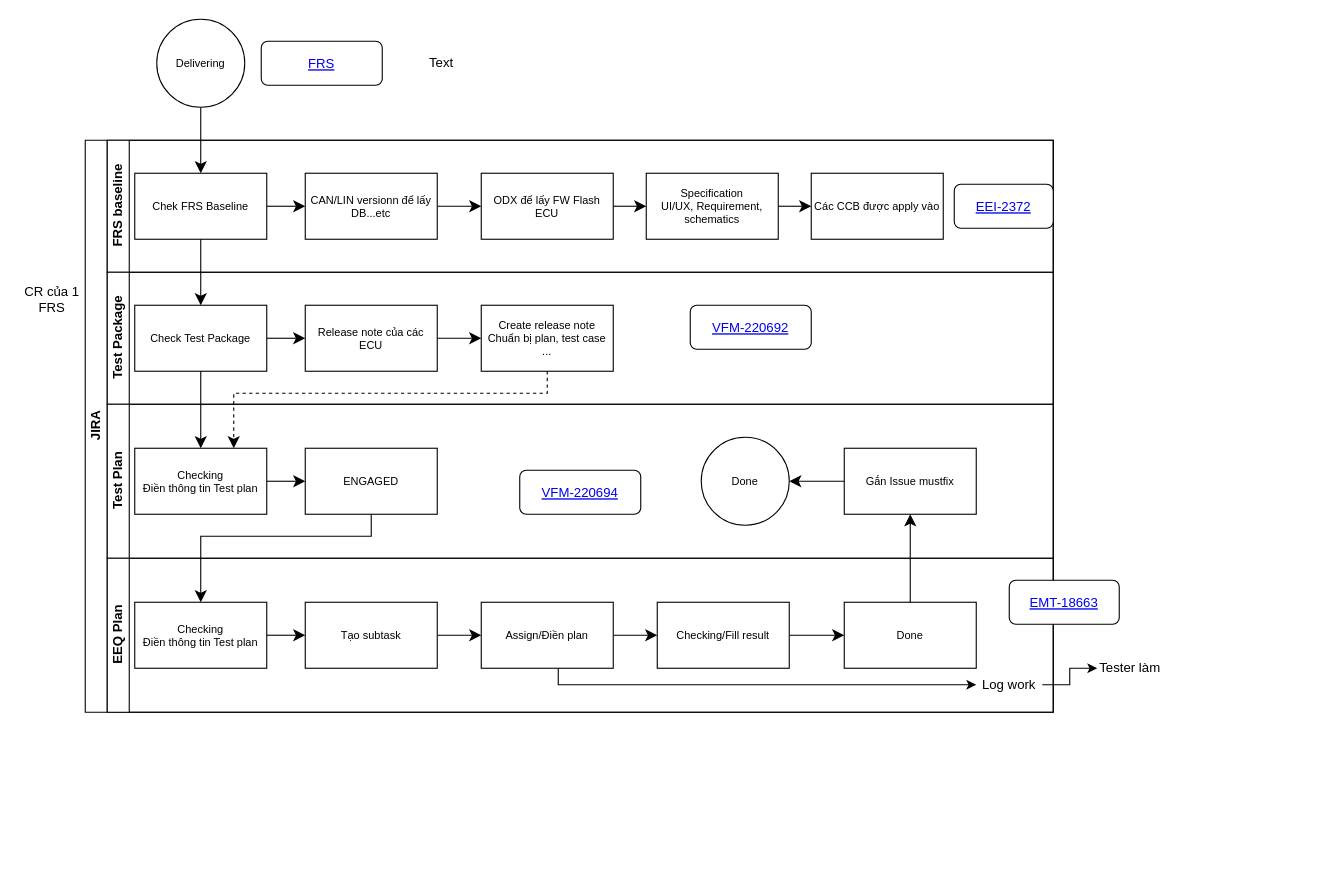
Above: Biểu đồ không có tiêu đề.drawio in athanhoang/viindoo_accademy (draw.io), before the change. Source tidied: cells renumbered, new cells numbered last; positions are measured from the earlier drawing's top-left corner, leaving out a move shared by most shapes. Both pictures are drawn from the tidied source at 110%, with x=0, y=0 at pixel (19, 19).
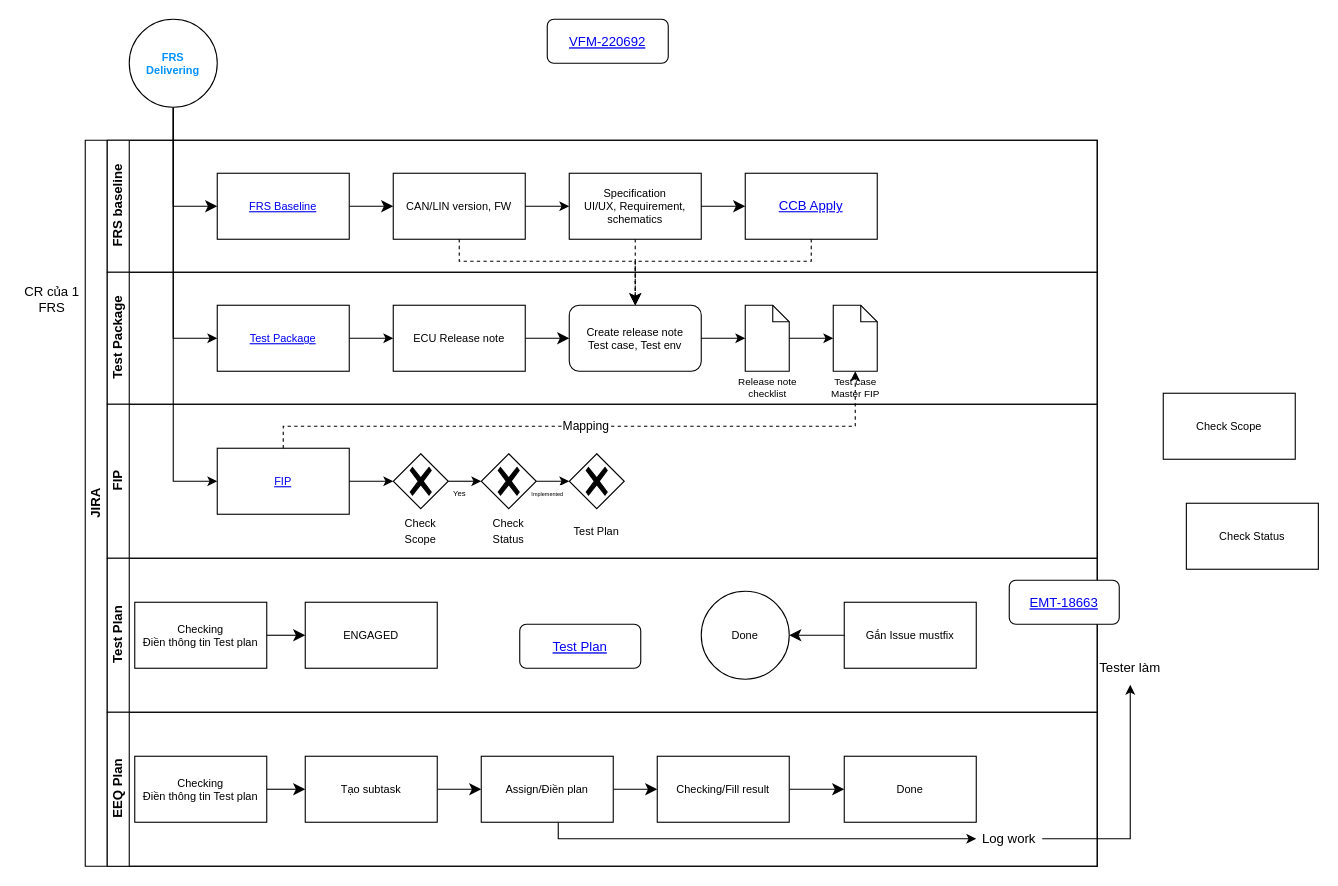
After the change.

Commit message (it also covers changes not shown here):
Cập nhật Biểu đồ không có tiêu đề.drawio

Unchanged cells that the change refers to:
```xml
<mxCell id="24" value="&lt;div&gt;Checking&lt;/div&gt;Điền thông tin Test plan" style="whiteSpace=wrap;html=1;fontSize=10;" parent="22" vertex="1">
  <mxGeometry x="25" y="40" width="120" height="60" as="geometry" />
</mxCell>
<mxCell id="25" value="ENGAGED" style="whiteSpace=wrap;html=1;fontSize=10;" parent="22" vertex="1">
  <mxGeometry x="180" y="40" width="120" height="60" as="geometry" />
</mxCell>
<mxCell id="26" value="Gắn Issue mustfix" style="whiteSpace=wrap;html=1;fontSize=10;" parent="22" vertex="1">
  <mxGeometry x="670" y="40" width="120" height="60" as="geometry" />
</mxCell>
<mxCell id="32" value="&lt;div&gt;Checking&lt;/div&gt;Điền thông tin Test plan" style="whiteSpace=wrap;html=1;fontSize=10;" parent="30" vertex="1">
  <mxGeometry x="25" y="40" width="120" height="60" as="geometry" />
</mxCell>
<mxCell id="40" value="Done" style="whiteSpace=wrap;html=1;fontSize=10;" parent="30" vertex="1">
  <mxGeometry x="670" y="40" width="120" height="60" as="geometry" />
</mxCell>
```

Diff of the diagram source:
```diff
@@
-    <mxCell id="2" value="JIRA" style="swimlane;html=1;horizontal=0;startSize=20;" parent="1" vertex="1">
-      <mxGeometry x="60" y="110" width="880" height="520" as="geometry" />
+    <mxCell id="2" value="JIRA" style="swimlane;html=1;horizontal=0;startSize=20;whiteSpace=wrap;" parent="1" vertex="1">
+      <mxGeometry x="60" y="110" width="920" height="660" as="geometry" />
     </mxCell>
     <mxCell id="3" value="FRS baseline" style="swimlane;html=1;startSize=20;horizontal=0;" parent="2" vertex="1">
-      <mxGeometry x="20" width="860" height="120" as="geometry" />
+      <mxGeometry x="20" width="900" height="120" as="geometry" />
     </mxCell>
@@
-    <mxCell id="5" value="&lt;span style=&quot;font-size: 10px;&quot;&gt;Chek FRS Baseline&lt;/span&gt;" style="whiteSpace=wrap;html=1;fontSize=10;" parent="3" vertex="1">
-      <mxGeometry x="25" y="30" width="120" height="60" as="geometry" />
+    <mxCell id="5" value="&lt;span style=&quot;font-size: 10px;&quot;&gt;FRS Baseline&lt;/span&gt;" style="whiteSpace=wrap;html=1;fontSize=12;rounded=0;strokeColor=default;align=center;verticalAlign=middle;spacing=10;fontFamily=Helvetica;fontColor=#0000EE;fontStyle=4;fillColor=default;" parent="3" vertex="1">
+      <mxGeometry x="100" y="30" width="120" height="60" as="geometry" />
     </mxCell>
-    <mxCell id="6" style="edgeStyle=none;curved=1;rounded=0;jettySize=auto;html=1;fontSize=12;startSize=8;endSize=8;" parent="3" edge="1" source="7" target="8">
-      <mxGeometry relative="1" as="geometry" />
+    <mxCell id="6" style="edgeStyle=none;curved=1;rounded=0;jettySize=auto;html=1;fontSize=12;startSize=8;endSize=8;" parent="3" edge="1" source="7">
+      <mxGeometry relative="1" as="geometry">
+        <mxPoint x="340" y="60" as="targetPoint" />
+      </mxGeometry>
     </mxCell>
+    <mxCell id="54" style="edgeStyle=orthogonalEdgeStyle;rounded=0;jettySize=auto;html=1;entryX=0;entryY=0.5;entryDx=0;entryDy=0;" parent="3" edge="1" source="7" target="9">
+      <mxGeometry relative="1" as="geometry" />
+    </mxCell>
-    <mxCell id="7" value="&lt;span style=&quot;font-size: 10px;&quot;&gt;CAN/LIN versionn để lấy DB...etc&lt;/span&gt;" style="whiteSpace=wrap;html=1;fontSize=10;" parent="3" vertex="1">
-      <mxGeometry x="180" y="30" width="120" height="60" as="geometry" />
+    <mxCell id="7" value="&lt;span style=&quot;font-size: 10px;&quot;&gt;CAN/LIN version, FW&lt;/span&gt;" style="whiteSpace=wrap;html=1;fontSize=10;" parent="3" vertex="1">
+      <mxGeometry x="260" y="30" width="120" height="60" as="geometry" />
     </mxCell>
-    <mxCell id="8" value="&lt;font style=&quot;font-size: 10px;&quot;&gt;ODX để lấy FW Flash ECU&lt;/font&gt;" style="whiteSpace=wrap;html=1;fontSize=10;" parent="3" vertex="1">
-      <mxGeometry x="340" y="30" width="120" height="60" as="geometry" />
-    </mxCell>
+    <mxCell id="55" style="edgeStyle=orthogonalEdgeStyle;rounded=0;jettySize=auto;html=1;dashed=1;strokeColor=default;align=center;verticalAlign=middle;fontFamily=Helvetica;fontSize=12;fontColor=default;labelBackgroundColor=default;startSize=8;endArrow=classic;endSize=8;" parent="3" edge="1" source="9">
+      <mxGeometry relative="1" as="geometry">
+        <mxPoint x="480" y="150" as="targetPoint" />
+      </mxGeometry>
+    </mxCell>
     <mxCell id="9" value="Specification&lt;div&gt;UI/UX, Requirement, schematics&lt;/div&gt;" style="whiteSpace=wrap;html=1;fontSize=10;" parent="3" vertex="1">
-      <mxGeometry x="490" y="30" width="120" height="60" as="geometry" />
+      <mxGeometry x="420" y="30" width="120" height="60" as="geometry" />
     </mxCell>
-    <mxCell id="10" style="edgeStyle=none;curved=1;rounded=0;jettySize=auto;html=1;fontSize=12;startSize=8;endSize=8;" parent="3" edge="1" source="8" target="9">
-      <mxGeometry relative="1" as="geometry" />
-    </mxCell>
-    <mxCell id="11" value="EEI-2372" style="fontColor=#0000EE;fontStyle=4;rounded=1;overflow=hidden;spacing=10;" parent="3" vertex="1">
-      <mxGeometry x="770" y="40" width="90" height="40" as="geometry" />
-    </mxCell>
+    <mxCell id="46" value="CCB Apply" style="whiteSpace=wrap;html=1;fontSize=12;rounded=0;strokeColor=default;align=center;verticalAlign=middle;spacing=10;fontFamily=Helvetica;fontColor=#0000EE;fontStyle=4;fillColor=default;" parent="3" vertex="1">
+      <mxGeometry x="580" y="30" width="120" height="60" as="geometry" />
+    </mxCell>
+    <mxCell id="47" style="edgeStyle=none;curved=1;rounded=0;jettySize=auto;html=1;fontSize=12;startSize=8;endSize=8;" parent="3" edge="1" source="9" target="46">
+      <mxGeometry relative="1" as="geometry" />
+    </mxCell>
     <mxCell id="12" value="Test Package" style="swimlane;html=1;startSize=20;horizontal=0;" parent="2" vertex="1">
-      <mxGeometry x="20" y="120" width="860" height="120" as="geometry" />
+      <mxGeometry x="20" y="120" width="900" height="120" as="geometry" />
     </mxCell>
-    <mxCell id="13" style="edgeStyle=none;curved=1;rounded=0;jettySize=auto;html=1;fontSize=12;startSize=8;endSize=8;" parent="12" edge="1" source="14" target="16">
-      <mxGeometry relative="1" as="geometry" />
-    </mxCell>
-    <mxCell id="14" value="&lt;span style=&quot;font-size: 10px;&quot;&gt;Check Test Package&lt;/span&gt;" style="whiteSpace=wrap;html=1;fontSize=10;" parent="12" vertex="1">
-      <mxGeometry x="25" y="30" width="120" height="60" as="geometry" />
-    </mxCell>
@@
-    <mxCell id="16" value="&lt;span style=&quot;font-size: 10px;&quot;&gt;Release note của các ECU&lt;/span&gt;" style="whiteSpace=wrap;html=1;fontSize=10;" parent="12" vertex="1">
-      <mxGeometry x="180" y="30" width="120" height="60" as="geometry" />
+    <mxCell id="16" value="&lt;span style=&quot;font-size: 10px;&quot;&gt;ECU&amp;nbsp;&lt;/span&gt;Release note" style="whiteSpace=wrap;html=1;fontSize=10;" parent="12" vertex="1">
+      <mxGeometry x="260" y="30" width="120" height="60" as="geometry" />
     </mxCell>
-    <mxCell id="17" value="Create release note&lt;div&gt;Chuẩn bị plan, test case ...&lt;/div&gt;" style="whiteSpace=wrap;html=1;fontSize=10;" parent="12" vertex="1">
-      <mxGeometry x="340" y="30" width="120" height="60" as="geometry" />
+    <mxCell id="17" value="Create release note&lt;div&gt;Test case, Test env&lt;/div&gt;" style="whiteSpace=wrap;html=1;fontSize=10;rounded=1;" parent="12" vertex="1">
+      <mxGeometry x="420" y="30" width="120" height="60" as="geometry" />
     </mxCell>
-    <mxCell id="18" value="VFM-220692" style="fontColor=#0000EE;fontStyle=4;rounded=1;overflow=hidden;spacing=10;" parent="12" vertex="1">
-      <mxGeometry x="530" y="30" width="110" height="40" as="geometry" />
-    </mxCell>
-    <mxCell id="19" style="edgeStyle=none;curved=1;rounded=0;jettySize=auto;html=1;fontSize=12;startSize=8;endSize=8;" parent="2" edge="1" source="5" target="14">
-      <mxGeometry relative="1" as="geometry" />
-    </mxCell>
-    <mxCell id="20" style="edgeStyle=none;curved=1;rounded=0;jettySize=auto;html=1;fontSize=12;startSize=8;endSize=8;" parent="2" edge="1" source="14" target="24">
-      <mxGeometry relative="1" as="geometry" />
-    </mxCell>
-    <mxCell id="21" style="endArrow=classic;html=1;rounded=0;fontSize=12;startSize=8;endSize=8;entryX=0.75;entryY=0;entryDx=0;entryDy=0;exitX=0.5;exitY=1;exitDx=0;exitDy=0;edgeStyle=orthogonalEdgeStyle;dashed=1;" parent="2" edge="1" source="17" target="24">
-      <mxGeometry relative="1" as="geometry">
-        <Array as="points">
-          <mxPoint x="420" y="230" />
-          <mxPoint x="135" y="230" />
-        </Array>
-      </mxGeometry>
-    </mxCell>
+    <mxCell id="56" style="edgeStyle=orthogonalEdgeStyle;rounded=0;jettySize=auto;html=1;entryX=0;entryY=0.5;entryDx=0;entryDy=0;" parent="12" edge="1" source="57" target="16">
+      <mxGeometry relative="1" as="geometry" />
+    </mxCell>
+    <mxCell id="57" value="&lt;span style=&quot;font-size: 10px;&quot;&gt;Test Package&lt;/span&gt;" style="whiteSpace=wrap;html=1;fontSize=12;rounded=0;strokeColor=default;align=center;verticalAlign=middle;spacing=10;fontFamily=Helvetica;fontColor=#0000EE;fontStyle=4;fillColor=default;" parent="12" vertex="1">
+      <mxGeometry x="100" y="30" width="120" height="60" as="geometry" />
+    </mxCell>
+    <mxCell id="58" style="shape=mxgraph.bpmn.data;labelPosition=center;verticalLabelPosition=bottom;align=center;verticalAlign=top;size=15;html=1;" parent="12" vertex="1">
+      <mxGeometry x="580" y="30" width="40" height="60" as="geometry" />
+    </mxCell>
+    <mxCell id="59" style="edgeStyle=orthogonalEdgeStyle;rounded=0;jettySize=auto;html=1;entryX=0;entryY=0.5;entryDx=0;entryDy=0;entryPerimeter=0;" parent="12" edge="1" source="17" target="58">
+      <mxGeometry relative="1" as="geometry" />
+    </mxCell>
+    <mxCell id="60" value="Release note&lt;div&gt;checklist&lt;/div&gt;" style="text;html=1;align=center;verticalAlign=middle;whiteSpace=wrap;rounded=0;fontSize=9;" parent="12" vertex="1">
+      <mxGeometry x="567.5" y="90" width="65" height="30" as="geometry" />
+    </mxCell>
+    <mxCell id="61" style="shape=mxgraph.bpmn.data;labelPosition=center;verticalLabelPosition=bottom;align=center;verticalAlign=top;size=15;html=1;" parent="12" vertex="1">
+      <mxGeometry x="660" y="30" width="40" height="60" as="geometry" />
+    </mxCell>
+    <mxCell id="62" value="Test case&lt;div&gt;Master FIP&lt;/div&gt;" style="text;html=1;align=center;verticalAlign=middle;whiteSpace=wrap;rounded=0;fontSize=9;" parent="12" vertex="1">
+      <mxGeometry x="647.5" y="90" width="65" height="30" as="geometry" />
+    </mxCell>
+    <mxCell id="63" style="edgeStyle=orthogonalEdgeStyle;rounded=0;jettySize=auto;html=1;entryX=0;entryY=0.5;entryDx=0;entryDy=0;entryPerimeter=0;" parent="12" edge="1" source="58" target="61">
+      <mxGeometry relative="1" as="geometry" />
+    </mxCell>
+    <mxCell id="64" value="FIP" style="swimlane;html=1;startSize=20;horizontal=0;" parent="2" vertex="1">
+      <mxGeometry x="20" y="240" width="900" height="140" as="geometry" />
+    </mxCell>
+    <mxCell id="65" style="edgeStyle=none;curved=1;rounded=0;orthogonalLoop=1;jettySize=auto;html=1;fontSize=12;startSize=8;endSize=8;" parent="64" edge="1">
+      <mxGeometry relative="1" as="geometry">
+        <mxPoint x="180" y="70" as="targetPoint" />
+      </mxGeometry>
+    </mxCell>
+    <mxCell id="66" style="edgeStyle=none;curved=1;rounded=0;orthogonalLoop=1;jettySize=auto;html=1;fontSize=12;startSize=8;endSize=8;" parent="64" edge="1">
+      <mxGeometry relative="1" as="geometry">
+        <mxPoint x="340" y="70" as="targetPoint" />
+      </mxGeometry>
+    </mxCell>
+    <mxCell id="67" style="edgeStyle=none;curved=1;rounded=0;orthogonalLoop=1;jettySize=auto;html=1;fontSize=12;startSize=8;endSize=8;" parent="64" edge="1">
+      <mxGeometry relative="1" as="geometry">
+        <mxPoint x="500" y="70" as="targetPoint" />
+      </mxGeometry>
+    </mxCell>
+    <mxCell id="68" style="edgeStyle=none;curved=1;rounded=0;orthogonalLoop=1;jettySize=auto;html=1;fontSize=12;startSize=8;endSize=8;" parent="64" edge="1">
+      <mxGeometry relative="1" as="geometry">
+        <mxPoint x="670" y="70" as="targetPoint" />
+      </mxGeometry>
+    </mxCell>
+    <mxCell id="69" value="&lt;span style=&quot;font-size: 10px;&quot;&gt;FIP&lt;/span&gt;" style="whiteSpace=wrap;html=1;fontSize=12;rounded=0;strokeColor=default;align=center;verticalAlign=middle;spacing=10;fontFamily=Helvetica;fontColor=#0000EE;fontStyle=4;fillColor=default;" parent="64" vertex="1">
+      <mxGeometry x="100" y="40" width="120" height="60" as="geometry" />
+    </mxCell>
+    <mxCell id="70" value="&lt;font style=&quot;font-size: 7px;&quot;&gt;Yes&lt;/font&gt;" style="edgeStyle=orthogonalEdgeStyle;rounded=0;jettySize=auto;html=1;" parent="64" edge="1" source="71">
+      <mxGeometry x="-0.34" y="-10" relative="1" as="geometry">
+        <mxPoint x="340" y="70" as="targetPoint" />
+      </mxGeometry>
+    </mxCell>
+    <mxCell id="71" style="points=[[0.25,0.25,0],[0.5,0,0],[0.75,0.25,0],[1,0.5,0],[0.75,0.75,0],[0.5,1,0],[0.25,0.75,0],[0,0.5,0]];shape=mxgraph.bpmn.gateway2;html=1;verticalLabelPosition=bottom;labelBackgroundColor=#ffffff;verticalAlign=top;align=center;perimeter=rhombusPerimeter;outlineConnect=0;outline=none;symbol=none;gwType=exclusive;" parent="64" vertex="1">
+      <mxGeometry x="260" y="45" width="50" height="50" as="geometry" />
+    </mxCell>
+    <mxCell id="72" value="&lt;span style=&quot;font-size: 10px;&quot;&gt;Check Scope&lt;/span&gt;" style="text;html=1;align=center;verticalAlign=middle;whiteSpace=wrap;rounded=0;" parent="64" vertex="1">
+      <mxGeometry x="255" y="100" width="60" height="30" as="geometry" />
+    </mxCell>
+    <mxCell id="73" style="edgeStyle=orthogonalEdgeStyle;rounded=0;jettySize=auto;html=1;entryX=0;entryY=0.5;entryDx=0;entryDy=0;entryPerimeter=0;" parent="64" edge="1" source="69" target="71">
+      <mxGeometry relative="1" as="geometry" />
+    </mxCell>
+    <mxCell id="74" value="&lt;font style=&quot;font-size: 5px;&quot;&gt;Implemented&lt;/font&gt;" style="edgeStyle=orthogonalEdgeStyle;rounded=0;jettySize=auto;html=1;" parent="64" edge="1" source="75" target="77">
+      <mxGeometry x="0.2" y="-10" relative="1" as="geometry" />
+    </mxCell>
+    <mxCell id="75" style="points=[[0.25,0.25,0],[0.5,0,0],[0.75,0.25,0],[1,0.5,0],[0.75,0.75,0],[0.5,1,0],[0.25,0.75,0],[0,0.5,0]];shape=mxgraph.bpmn.gateway2;html=1;verticalLabelPosition=bottom;labelBackgroundColor=#ffffff;verticalAlign=top;align=center;perimeter=rhombusPerimeter;outlineConnect=0;outline=none;symbol=none;gwType=exclusive;" parent="64" vertex="1">
+      <mxGeometry x="340" y="45" width="50" height="50" as="geometry" />
+    </mxCell>
+    <mxCell id="76" value="&lt;span style=&quot;font-size: 10px;&quot;&gt;Check Status&lt;/span&gt;" style="text;html=1;align=center;verticalAlign=middle;whiteSpace=wrap;rounded=0;" parent="64" vertex="1">
+      <mxGeometry x="335" y="100" width="60" height="30" as="geometry" />
+    </mxCell>
+    <mxCell id="77" style="points=[[0.25,0.25,0],[0.5,0,0],[0.75,0.25,0],[1,0.5,0],[0.75,0.75,0],[0.5,1,0],[0.25,0.75,0],[0,0.5,0]];shape=mxgraph.bpmn.gateway2;html=1;verticalLabelPosition=bottom;labelBackgroundColor=#ffffff;verticalAlign=top;align=center;perimeter=rhombusPerimeter;outlineConnect=0;outline=none;symbol=none;gwType=exclusive;" parent="64" vertex="1">
+      <mxGeometry x="420" y="45" width="50" height="50" as="geometry" />
+    </mxCell>
+    <mxCell id="78" value="&lt;span style=&quot;font-size: 10px;&quot;&gt;Test Plan&lt;/span&gt;" style="text;html=1;align=center;verticalAlign=middle;whiteSpace=wrap;rounded=0;" parent="64" vertex="1">
+      <mxGeometry x="415" y="100" width="60" height="30" as="geometry" />
+    </mxCell>
     <mxCell id="22" value="Test Plan" style="swimlane;html=1;startSize=20;horizontal=0;" parent="2" vertex="1">
-      <mxGeometry x="20" y="240" width="860" height="140" as="geometry" />
+      <mxGeometry x="20" y="380" width="900" height="140" as="geometry" />
     </mxCell>
@@
-    <mxCell id="29" value="VFM-220694" style="fontColor=#0000EE;fontStyle=4;rounded=1;overflow=hidden;spacing=10;" parent="22" vertex="1">
+    <mxCell id="29" value="Test Plan" style="fontColor=#0000EE;fontStyle=4;rounded=1;overflow=hidden;spacing=10;" parent="22" vertex="1">
       <mxGeometry x="375" y="60" width="110" height="40" as="geometry" />
     </mxCell>
     <mxCell id="30" value="EEQ Plan" style="swimlane;html=1;startSize=20;horizontal=0;" parent="2" vertex="1">
-      <mxGeometry x="20" y="380" width="860" height="140" as="geometry" />
+      <mxGeometry x="20" y="520" width="900" height="140" as="geometry" />
     </mxCell>
@@
-    <mxCell id="42" style="edgeStyle=orthogonalEdgeStyle;rounded=0;jettySize=auto;html=1;entryX=0.5;entryY=0;entryDx=0;entryDy=0;fontSize=12;startSize=8;endSize=8;exitX=0.5;exitY=1;exitDx=0;exitDy=0;" parent="2" edge="1" source="25" target="32">
-      <mxGeometry relative="1" as="geometry">
-        <Array as="points">
-          <mxPoint x="260" y="360" />
-          <mxPoint x="105" y="360" />
-        </Array>
-      </mxGeometry>
-    </mxCell>
-    <mxCell id="43" style="edgeStyle=orthogonalEdgeStyle;rounded=0;jettySize=auto;html=1;fontSize=12;startSize=8;endSize=8;exitX=0.5;exitY=0;exitDx=0;exitDy=0;" parent="2" edge="1" source="40" target="26">
-      <mxGeometry relative="1" as="geometry">
-        <Array as="points">
-          <mxPoint x="750" y="340" />
-          <mxPoint x="750" y="340" />
-        </Array>
-      </mxGeometry>
-    </mxCell>
+    <mxCell id="79" style="edgeStyle=orthogonalEdgeStyle;rounded=0;jettySize=auto;html=1;entryX=0.5;entryY=0;entryDx=0;entryDy=0;dashed=1;" parent="2" edge="1" source="7" target="17">
+      <mxGeometry relative="1" as="geometry">
+        <Array as="points">
+          <mxPoint x="340" y="110" />
+          <mxPoint x="500" y="110" />
+        </Array>
+      </mxGeometry>
+    </mxCell>
+    <mxCell id="80" style="edgeStyle=orthogonalEdgeStyle;rounded=0;jettySize=auto;html=1;entryX=0.5;entryY=0;entryDx=0;entryDy=0;dashed=1;strokeColor=default;align=center;verticalAlign=middle;fontFamily=Helvetica;fontSize=12;fontColor=default;labelBackgroundColor=default;startSize=8;endArrow=classic;endSize=8;" parent="2" edge="1" source="46" target="17">
+      <mxGeometry relative="1" as="geometry">
+        <Array as="points">
+          <mxPoint x="660" y="110" />
+          <mxPoint x="500" y="110" />
+        </Array>
+      </mxGeometry>
+    </mxCell>
+    <mxCell id="81" value="Mapping" style="edgeStyle=orthogonalEdgeStyle;rounded=0;jettySize=auto;html=1;dashed=1;" parent="2" edge="1" source="69" target="61">
+      <mxGeometry relative="1" as="geometry">
+        <Array as="points">
+          <mxPoint x="180" y="260" />
+          <mxPoint x="700" y="260" />
+        </Array>
+      </mxGeometry>
+    </mxCell>
-    <mxCell id="44" style="edgeStyle=none;curved=1;rounded=0;jettySize=auto;html=1;fontSize=12;startSize=8;endSize=8;" parent="1" edge="1" target="5">
+    <mxCell id="44" style="edgeStyle=orthogonalEdgeStyle;rounded=0;jettySize=auto;html=1;fontSize=12;startSize=8;endSize=8;strokeColor=default;align=center;verticalAlign=middle;fontFamily=Helvetica;fontColor=default;labelBackgroundColor=default;endArrow=classic;exitX=0.5;exitY=1;exitDx=0;exitDy=0;" parent="1" edge="1" source="48" target="5">
       <mxGeometry relative="1" as="geometry">
-        <mxPoint x="165" y="80" as="sourcePoint" />
+        <Array as="points">
+          <mxPoint x="140" y="170" />
+        </Array>
       </mxGeometry>
     </mxCell>
-    <mxCell id="45" value="FRS" style="fontColor=#0000EE;fontStyle=4;rounded=1;overflow=hidden;spacing=10;" parent="1" vertex="1">
-      <mxGeometry x="220" y="20" width="110" height="40" as="geometry" />
-    </mxCell>
-    <mxCell id="46" value="Các CCB được apply vào" style="whiteSpace=wrap;html=1;fontSize=10;" parent="1" vertex="1">
-      <mxGeometry x="720" y="140" width="120" height="60" as="geometry" />
-    </mxCell>
-    <mxCell id="47" style="edgeStyle=none;curved=1;rounded=0;jettySize=auto;html=1;fontSize=12;startSize=8;endSize=8;" parent="1" edge="1" source="9" target="46">
-      <mxGeometry relative="1" as="geometry" />
-    </mxCell>
+    <mxCell id="82" style="edgeStyle=orthogonalEdgeStyle;rounded=0;jettySize=auto;html=1;entryX=0;entryY=0.5;entryDx=0;entryDy=0;" parent="1" edge="1" source="48" target="57">
+      <mxGeometry relative="1" as="geometry">
+        <Array as="points">
+          <mxPoint x="140" y="290" />
+        </Array>
+      </mxGeometry>
+    </mxCell>
+    <mxCell id="83" style="edgeStyle=orthogonalEdgeStyle;rounded=0;jettySize=auto;html=1;entryX=0;entryY=0.5;entryDx=0;entryDy=0;" parent="1" edge="1" source="48" target="69">
+      <mxGeometry relative="1" as="geometry" />
+    </mxCell>
-    <mxCell id="48" value="Delivering" style="ellipse;whiteSpace=wrap;html=1;fontSize=10;" parent="1" vertex="1">
-      <mxGeometry x="125" width="80" height="80" as="geometry" />
+    <mxCell id="48" value="FRS&lt;br&gt;Delivering" style="ellipse;whiteSpace=wrap;html=1;fontSize=10;fontStyle=1;labelBackgroundColor=none;labelBorderColor=none;fontColor=#0392FF;" parent="1" vertex="1">
+      <mxGeometry x="100" width="80" height="80" as="geometry" />
     </mxCell>
-    <mxCell id="49" value="Text" style="text;html=1;align=center;verticalAlign=middle;whiteSpace=wrap;rounded=0;" parent="1" vertex="1">
-      <mxGeometry x="354" y="25" width="60" height="30" as="geometry" />
-    </mxCell>
@@
+    <mxCell id="18" value="VFM-220692" style="fontColor=#0000EE;fontStyle=4;rounded=1;overflow=hidden;spacing=10;" parent="1" vertex="1">
+      <mxGeometry x="480" width="110" height="40" as="geometry" />
+    </mxCell>
+    <mxCell id="84" value="Check Scope" style="whiteSpace=wrap;html=1;fontSize=10;" parent="1" vertex="1">
+      <mxGeometry x="1040" y="340" width="120" height="60" as="geometry" />
+    </mxCell>
+    <mxCell id="85" value="Check Status" style="whiteSpace=wrap;html=1;fontSize=10;" parent="1" vertex="1">
+      <mxGeometry x="1061" y="440" width="120" height="60" as="geometry" />
+    </mxCell>
```
